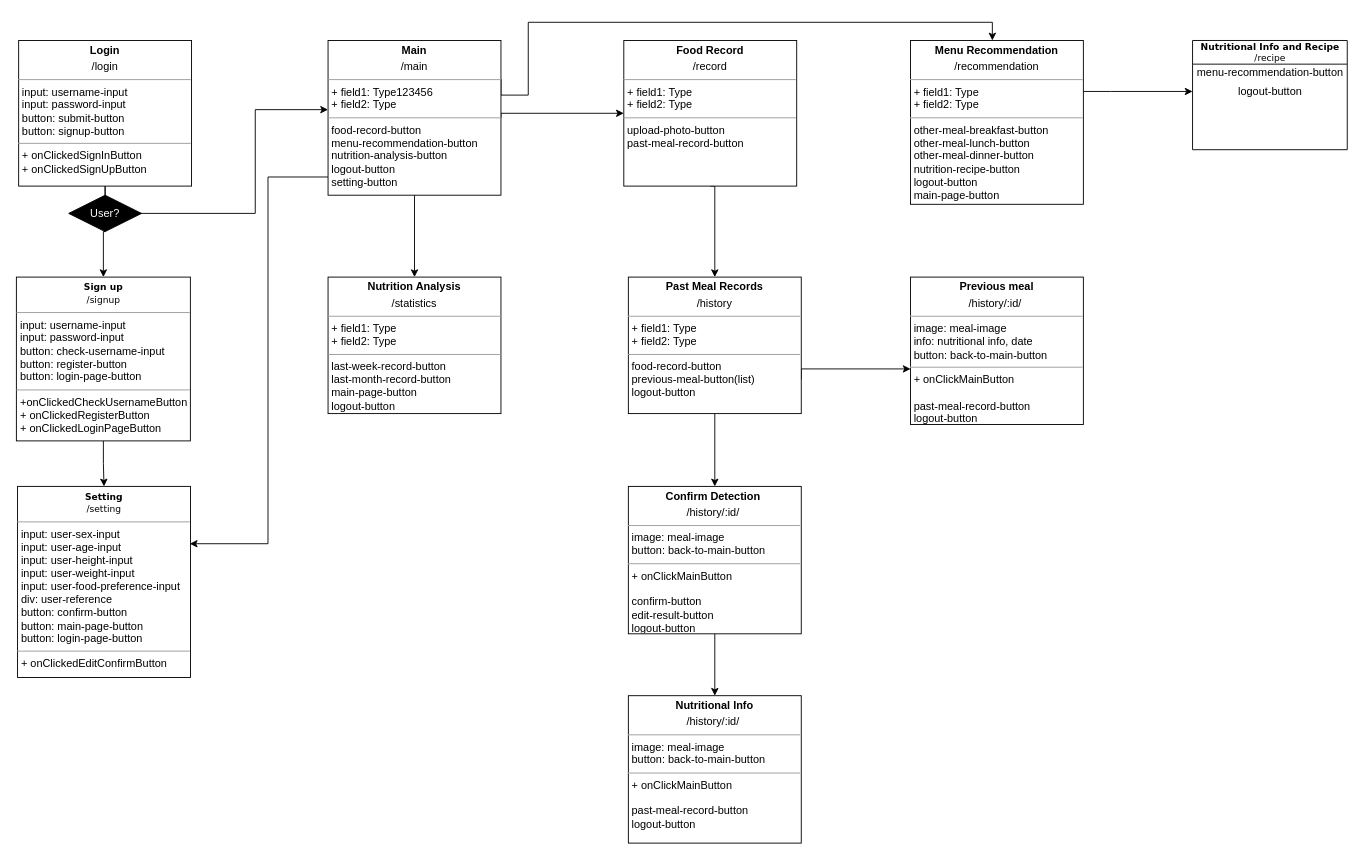
Earlier version of the draw.io diagram Untitled Diagram.drawio (swsnu/swpp2021-team5). Source tidied: cells renumbered, new cells numbered last; positions are measured from the earlier drawing's top-left corner, leaving out a move shared by most shapes. Both pictures are drawn from the tidied source at 91%, with x=0, y=0 at pixel (16, 22).
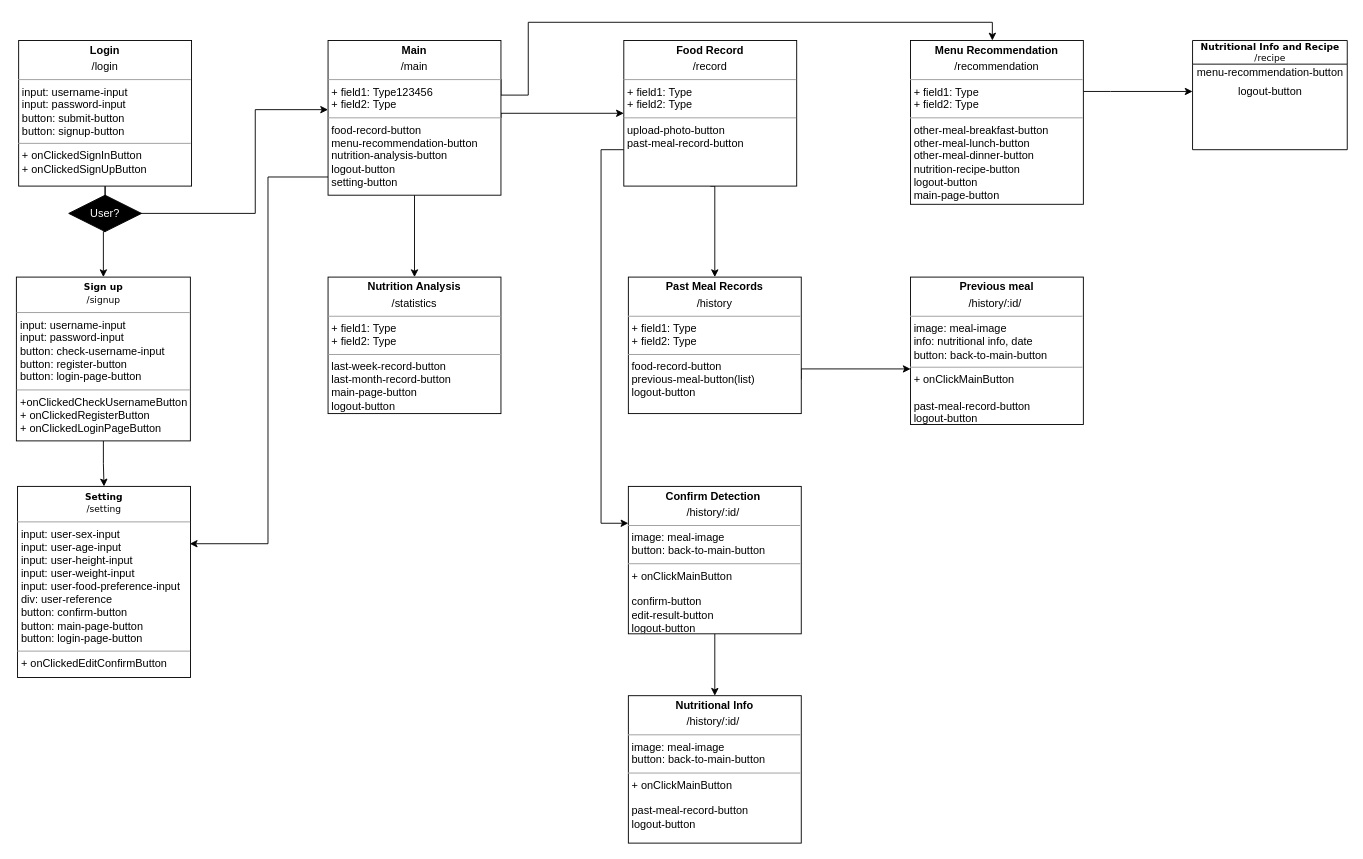
The same diagram, later.

The change refers to these unchanged cells:
```xml
<mxCell id="18" value="&lt;p style=&quot;margin: 0px ; margin-top: 4px ; text-align: center&quot;&gt;&lt;b&gt;Food Record&lt;/b&gt;&lt;/p&gt;&lt;p style=&quot;margin: 0px ; margin-top: 4px ; text-align: center&quot;&gt;/record&lt;/p&gt;&lt;hr size=&quot;1&quot;&gt;&lt;p style=&quot;margin: 0px ; margin-left: 4px&quot;&gt;+ field1: Type&lt;br&gt;+ field2: Type&lt;/p&gt;&lt;hr size=&quot;1&quot;&gt;&lt;p style=&quot;margin: 0px ; margin-left: 4px&quot;&gt;upload-photo-button&lt;/p&gt;&lt;p style=&quot;margin: 0px ; margin-left: 4px&quot;&gt;past-meal-record-button&lt;br&gt;&lt;/p&gt;" style="verticalAlign=top;align=left;overflow=fill;fontSize=12;fontFamily=Helvetica;html=1;rounded=0;shadow=0;comic=0;labelBackgroundColor=none;strokeWidth=1;" parent="1" vertex="1">
  <mxGeometry x="667" y="20" width="190" height="160" as="geometry" />
</mxCell>
<mxCell id="20" value="&lt;p style=&quot;margin: 0px ; margin-top: 4px ; text-align: center&quot;&gt;&lt;b&gt;Past Meal Records&lt;/b&gt;&lt;/p&gt;&lt;p style=&quot;margin: 0px ; margin-top: 4px ; text-align: center&quot;&gt;/history&lt;/p&gt;&lt;hr size=&quot;1&quot;&gt;&lt;p style=&quot;margin: 0px ; margin-left: 4px&quot;&gt;+ field1: Type&lt;br&gt;+ field2: Type&lt;/p&gt;&lt;hr size=&quot;1&quot;&gt;&lt;p style=&quot;margin: 0px ; margin-left: 4px&quot;&gt;food-record-button&lt;/p&gt;&lt;p style=&quot;margin: 0px ; margin-left: 4px&quot;&gt;previous-meal-button(list)&lt;/p&gt;&lt;p style=&quot;margin: 0px ; margin-left: 4px&quot;&gt;logout-button&lt;/p&gt;&lt;p style=&quot;margin: 0px ; margin-left: 4px&quot;&gt;&lt;br&gt;&lt;/p&gt;" style="verticalAlign=top;align=left;overflow=fill;fontSize=12;fontFamily=Helvetica;html=1;rounded=0;shadow=0;comic=0;labelBackgroundColor=none;strokeWidth=1;" parent="1" vertex="1">
  <mxGeometry x="672" y="280" width="190" height="150" as="geometry" />
</mxCell>
<mxCell id="26" value="&lt;p style=&quot;margin: 0px ; margin-top: 4px ; text-align: center&quot;&gt;&lt;b&gt;Confirm Detection&amp;nbsp;&lt;/b&gt;&lt;/p&gt;&lt;p style=&quot;margin: 0px ; margin-top: 4px ; text-align: center&quot;&gt;/history/:id/&lt;b&gt;&amp;nbsp;&lt;/b&gt;&lt;/p&gt;&lt;hr size=&quot;1&quot;&gt;&lt;p style=&quot;margin: 0px ; margin-left: 4px&quot;&gt;image: meal-image&lt;/p&gt;&lt;p style=&quot;margin: 0px ; margin-left: 4px&quot;&gt;button: back-to-main-button&lt;/p&gt;&lt;hr size=&quot;1&quot;&gt;&lt;p style=&quot;margin: 0px ; margin-left: 4px&quot;&gt;+ onClickMainButton&lt;/p&gt;&lt;p style=&quot;margin: 0px ; margin-left: 4px&quot;&gt;&lt;br&gt;&lt;/p&gt;&lt;p style=&quot;margin: 0px ; margin-left: 4px&quot;&gt;&lt;span&gt;confirm-button&lt;/span&gt;&lt;/p&gt;&lt;p style=&quot;margin: 0px ; margin-left: 4px&quot;&gt;edit-result-button&lt;/p&gt;&lt;p style=&quot;margin: 0px ; margin-left: 4px&quot;&gt;&lt;span&gt;logout-button&lt;/span&gt;&lt;br&gt;&lt;/p&gt;" style="verticalAlign=top;align=left;overflow=fill;fontSize=12;fontFamily=Helvetica;html=1;" parent="1" vertex="1">
  <mxGeometry x="672" y="510" width="190" height="162" as="geometry" />
</mxCell>
```

The edit, as a diff of the source:
```diff
@@
+    <mxCell id="29" style="edgeStyle=orthogonalEdgeStyle;rounded=0;jettySize=auto;html=1;exitX=0;exitY=0.75;exitDx=0;exitDy=0;entryX=0;entryY=0.25;entryDx=0;entryDy=0;fontColor=#FFFFFF;" parent="1" edge="1" source="18" target="26">
+      <mxGeometry relative="1" as="geometry">
+        <Array as="points">
+          <mxPoint x="642" y="140" />
+          <mxPoint x="642" y="551" />
+        </Array>
+      </mxGeometry>
+    </mxCell>
@@
-    <mxCell id="19" style="edgeStyle=orthogonalEdgeStyle;rounded=0;jettySize=auto;html=1;exitX=0.5;exitY=1;exitDx=0;exitDy=0;entryX=0.5;entryY=0;entryDx=0;entryDy=0;fontColor=#FFFFFF;" parent="1" edge="1" source="20" target="26">
-      <mxGeometry relative="1" as="geometry" />
-    </mxCell>
```
